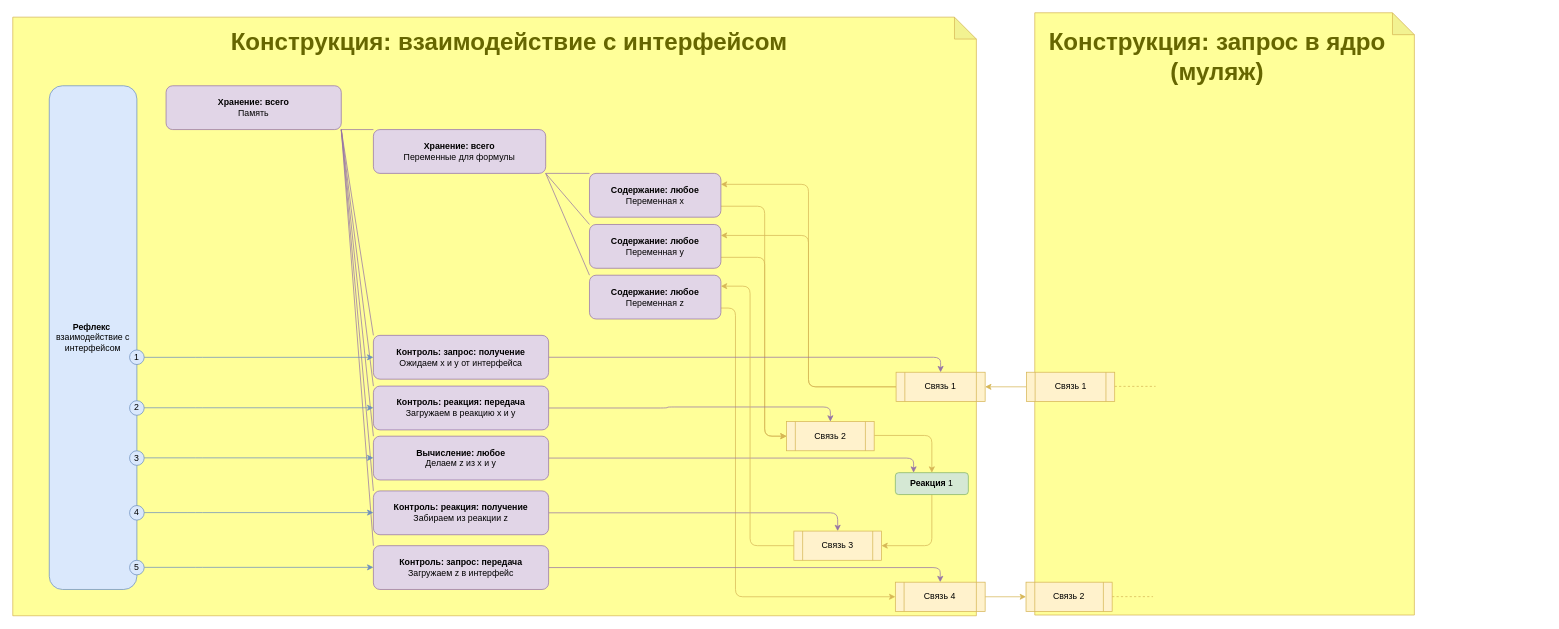
it-architector/invention.csdr keeps this draw.io diagram as Картинки/Взаимодействие ядра.drawio. Above is the earlier version. Source tidied: cells renumbered, new cells numbered last; positions are measured from the earlier drawing's top-left corner, leaving out a move shared by most shapes. Both pictures are drawn from the tidied source at 73%, with x=0, y=0 at pixel (12, 12).
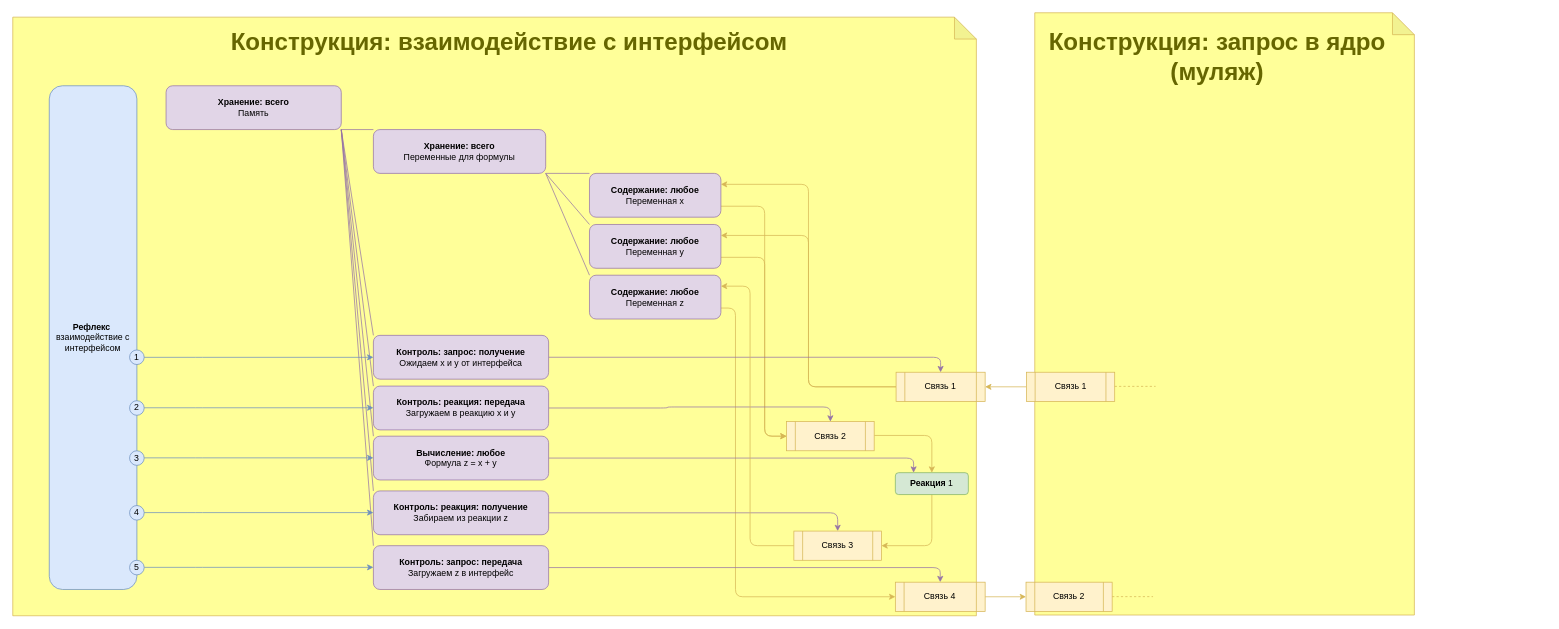
The same page after the edit.

Change to the diagram source:
```diff
@@
-    <mxCell id="37" value="&lt;b&gt;Вычисление:&amp;nbsp;&lt;/b&gt;&lt;b&gt;любое&lt;/b&gt;&lt;br&gt;Делаем z из x и y" style="rounded=1;whiteSpace=wrap;html=1;fillColor=#e1d5e7;strokeColor=#9673a6;" parent="1" vertex="1">
+    <mxCell id="37" value="&lt;b&gt;Вычисление:&amp;nbsp;&lt;/b&gt;&lt;b&gt;любое&lt;/b&gt;&lt;br&gt;Формула z = x + y" style="rounded=1;whiteSpace=wrap;html=1;fillColor=#e1d5e7;strokeColor=#9673a6;" parent="1" vertex="1">
       <mxGeometry x="494" y="580" width="240" height="60" as="geometry" />
     </mxCell>
```
